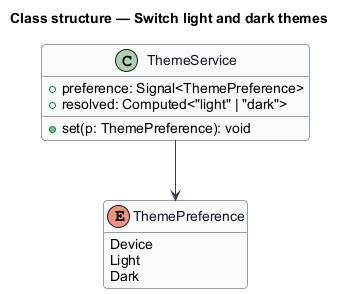
Earlier version of the PlantUML export docs/detailed-designs/interface/themes/diagrams/class-structure.png (QuinntyneBrown/hummi).
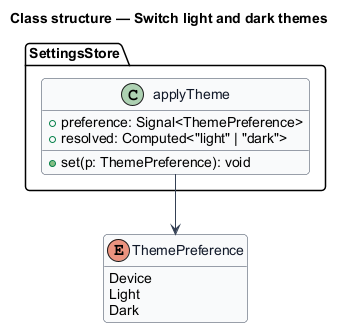
Later version of the same file.

Diff of the diagram source:
```diff
@@ -17,10 +17,10 @@
   Light
   Dark
 }
-class ThemeService {
+class SettingsStore.applyTheme {
   +preference: Signal<ThemePreference>
   +resolved: Computed<"light" | "dark">
   +set(p: ThemePreference): void
 }
-ThemeService --> ThemePreference
+SettingsStore.applyTheme --> ThemePreference
 @enduml
```
